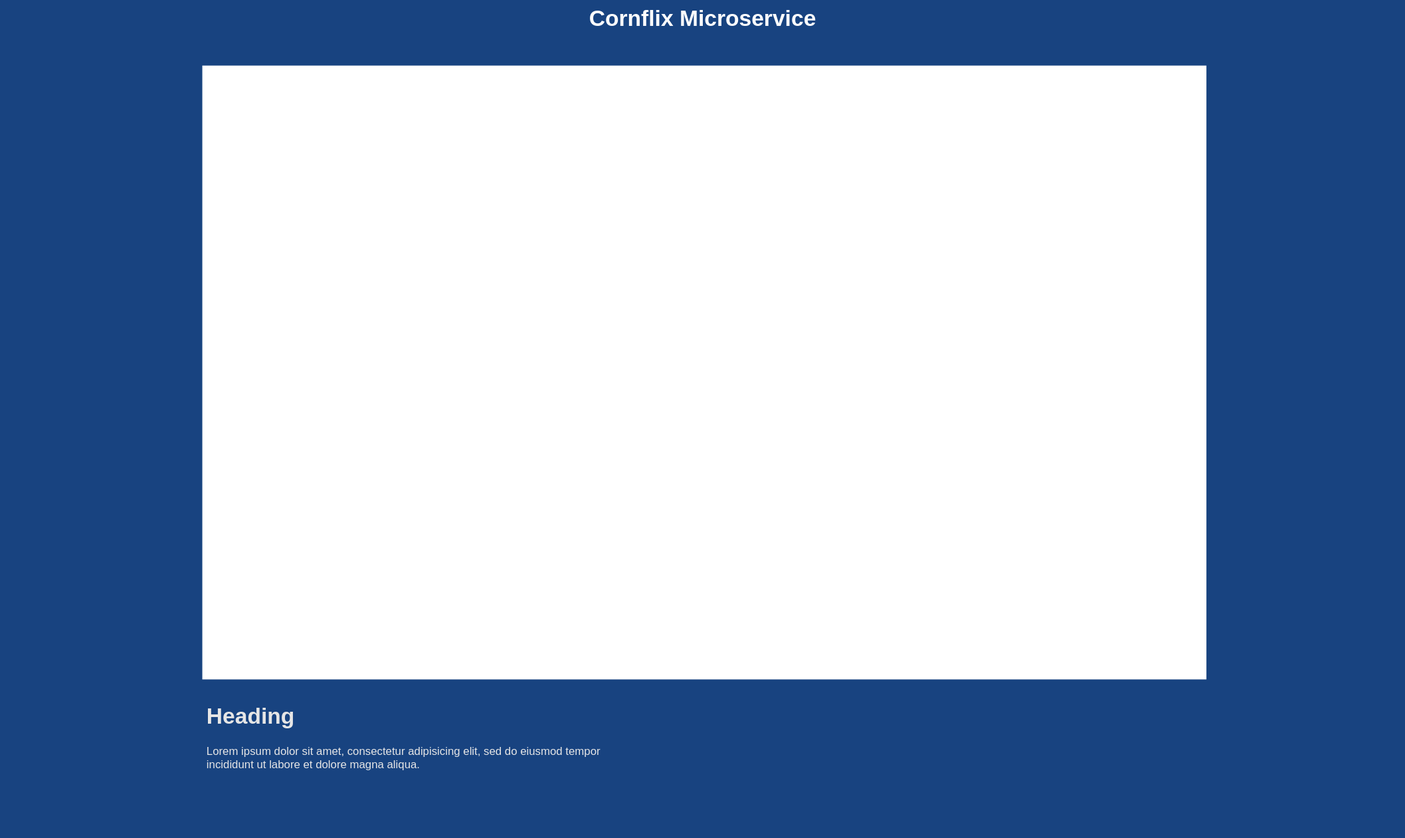
Above: .github/image/Service-architecture.svg in xxidbr9/event-driven-architecture (draw.io), before the change. Source tidied: cells renumbered, new cells last; positions are measured from the earlier drawing's top-left corner, leaving out a move shared by most shapes.
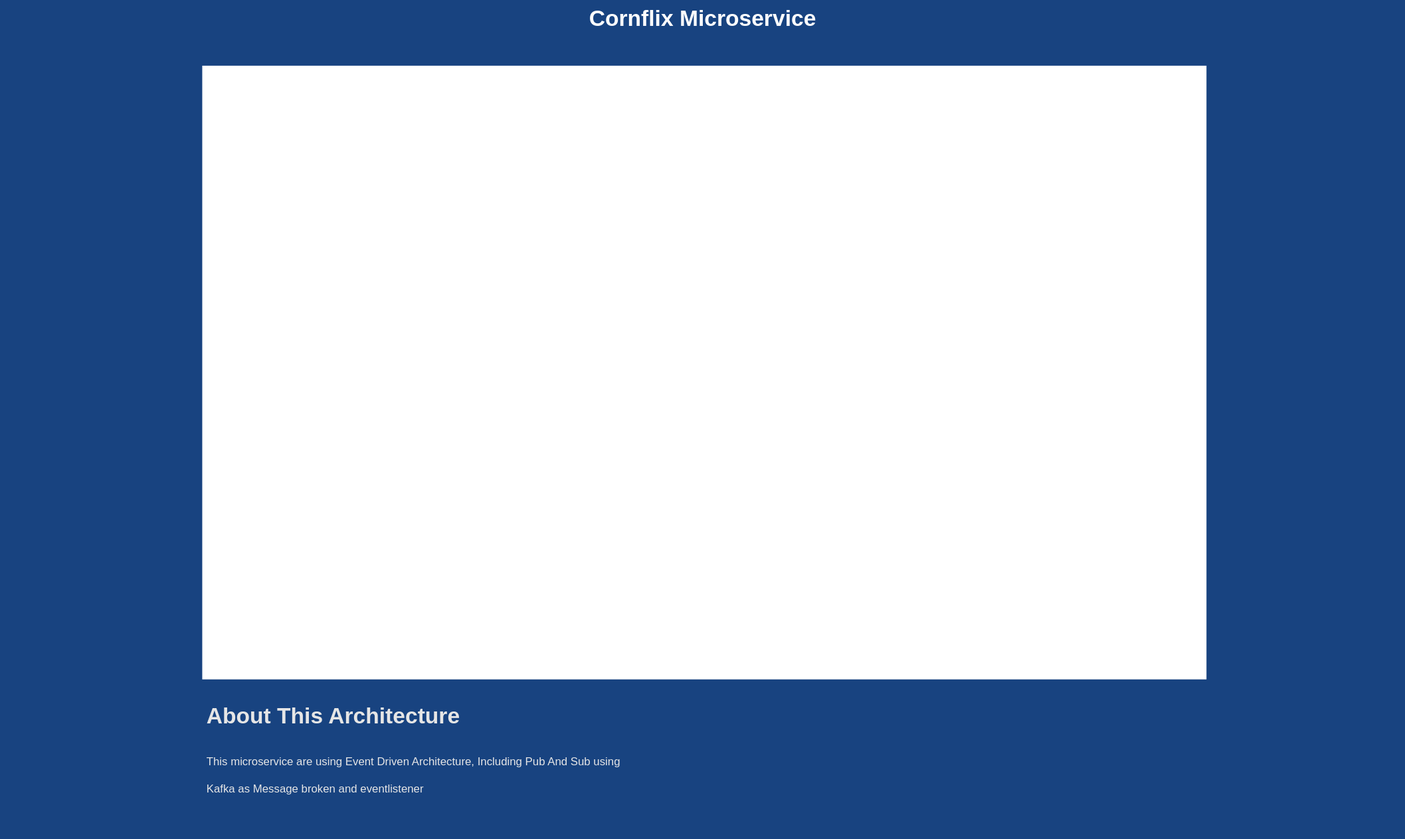
The same diagram one commit later.

Diff of the diagram source:
```diff
@@ -8,7 +8,7 @@
     <mxCell id="3" style="rounded=0;whiteSpace=wrap;html=1;fontColor=#4073FF;strokeColor=none;" parent="1" vertex="1">
       <mxGeometry x="217" y="70" width="1080" height="660" as="geometry" />
     </mxCell>
-    <mxCell id="4" value="&lt;h1&gt;Heading&lt;/h1&gt;&lt;p&gt;Lorem ipsum dolor sit amet, consectetur adipisicing elit, sed do eiusmod tempor incididunt ut labore et dolore magna aliqua.&lt;/p&gt;" style="text;html=1;strokeColor=none;spacing=5;spacingTop=-20;whiteSpace=wrap;overflow=hidden;rounded=0;fontColor=#E6E6E6;" parent="1" vertex="1">
+    <mxCell id="4" value="&lt;h1&gt;About This Architecture&lt;/h1&gt;&lt;h1&gt;&lt;span style=&quot;font-size: 12px ; font-weight: normal&quot;&gt;This microservice are using Event Driven Architecture, Including Pub And Sub using Kafka as Message broken and eventlistener&lt;/span&gt;&lt;br&gt;&lt;/h1&gt;" style="text;html=1;strokeColor=none;spacing=5;spacingTop=-20;whiteSpace=wrap;overflow=hidden;rounded=0;fontColor=#E6E6E6;" parent="1" vertex="1">
       <mxGeometry x="217" y="750" width="463" height="150" as="geometry" />
     </mxCell>
   </root>
```
